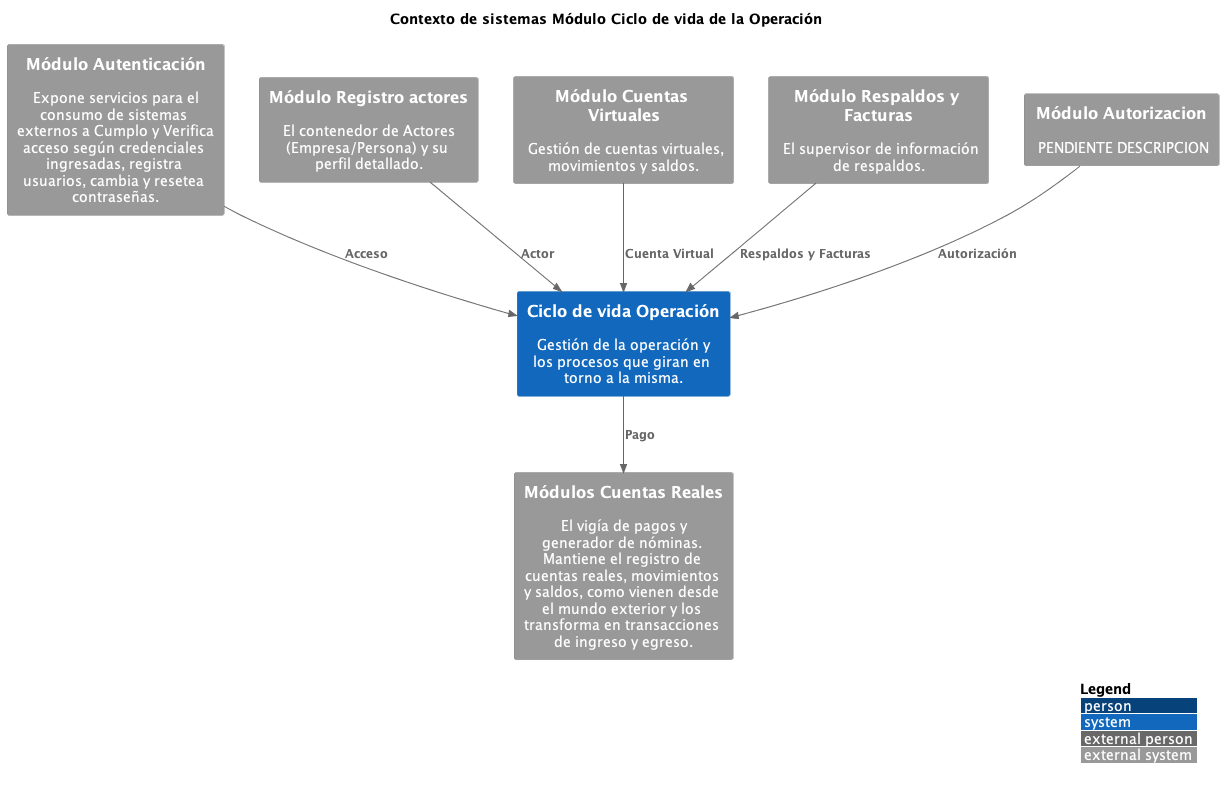
Earlier version of the PlantUML export CicloVidaOperacion/ContextoOperacion.png (kpeet/koyweC4).
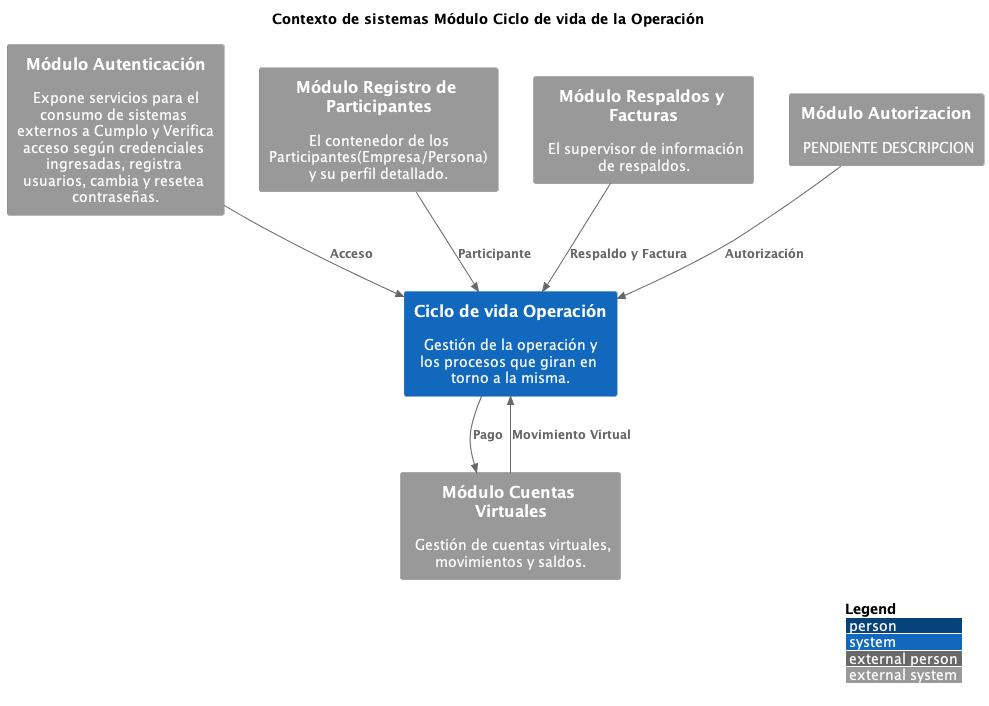
After the commit.

Commit message:
ajustes a cuentas reales y ciclo de vida de la operación

What changed in the source:
```diff
@@ -10,7 +10,6 @@
 
 System(modulo_operaciones, $TITULO_CICLO_VIDA_OPERACION,$DESCRIPCION_CICLO_VIDA_OPERACION )
 
-System_Ext(modulo_cuentas_reales, $TITULO_CUENTAS_REALES, $DESCRIPCION_CUENTAS_REALES)
 System_Ext(modulo_autenticacion, $TITULO_AUTENTICACION , $DESCRIPCION_AUTENTICACION)
 System_Ext(modulo_registro_actores,$TITULO_REGISTRO_ACTORES ,$DESCRIPCION_REGISTRO_ACTORES )
 System_Ext(modulo_cuentas_virtuales, $TITULO_CUENTAS_VIRTUALES ,$DESCRIPCION_CUENTAS_VIRTUALES )
@@ -19,10 +18,10 @@
 
 
 
+Rel(modulo_registro_actores, modulo_operaciones, $MODELO_ACTOR)
+Rel(modulo_operaciones, modulo_cuentas_virtuales, $MODELO_PAGO )
+Rel( modulo_cuentas_virtuales,modulo_operaciones, $MODELO_MOVIMIENTO )
 
-Rel(modulo_registro_actores, modulo_operaciones, $MODELO_ACTOR)
-Rel(modulo_cuentas_virtuales, modulo_operaciones,$MODELO_CUENTA_VIRTUAL )
-Rel(modulo_operaciones, modulo_cuentas_reales, $MODELO_PAGO )
 Rel( modulo_autenticacion,modulo_operaciones, $MODELO_ACCESO )
 Rel( modulo_respaldo_facturas, modulo_operaciones,$MODELO_RESPALDO )
 Rel(modulo_autorizacion, modulo_operaciones,$MODELO_AUTORIZACION )
```
